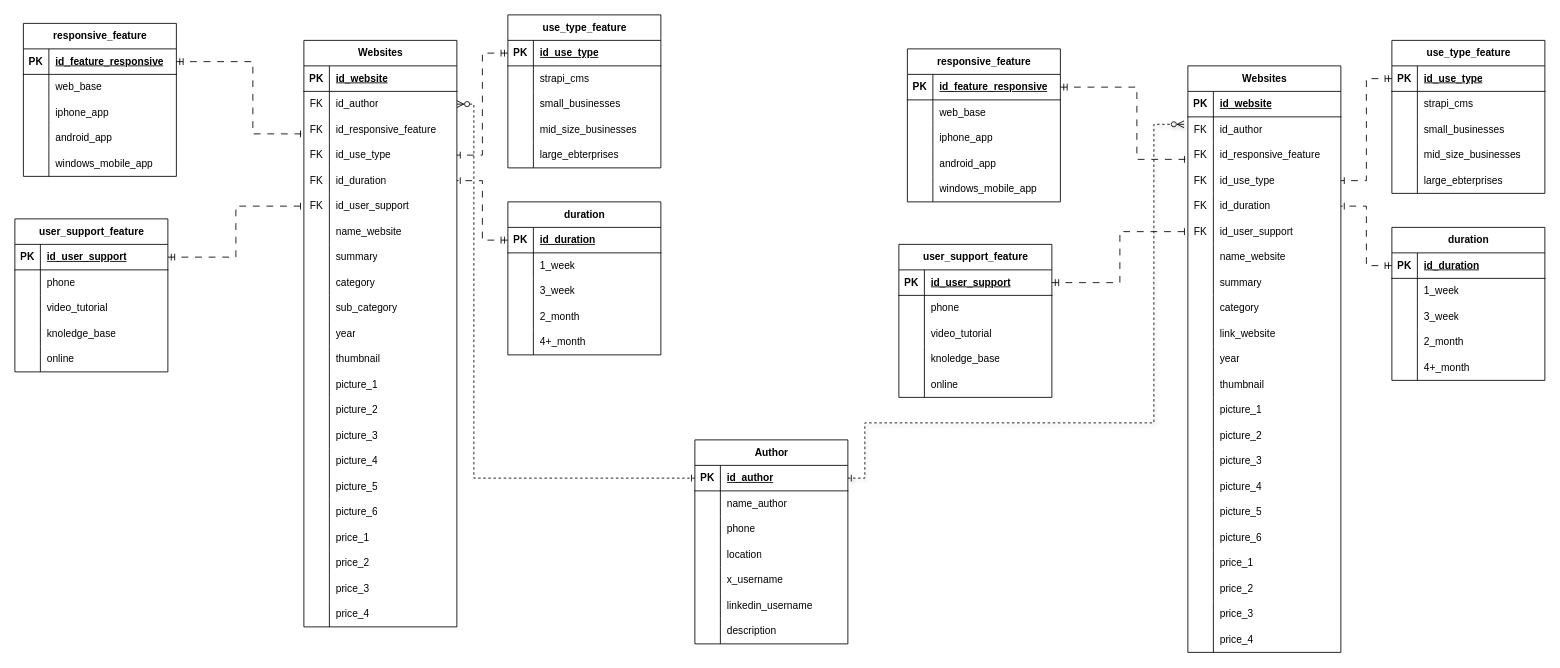
Earlier version of the draw.io diagram dfd.drawio (rrahmatn/dfd_erd_uml). Source tidied: cells renumbered, new cells numbered last; positions are measured from the earlier drawing's top-left corner, leaving out a move shared by most shapes. Both pictures are drawn from the tidied source at 85%, with x=0, y=0 at pixel (14, 14).
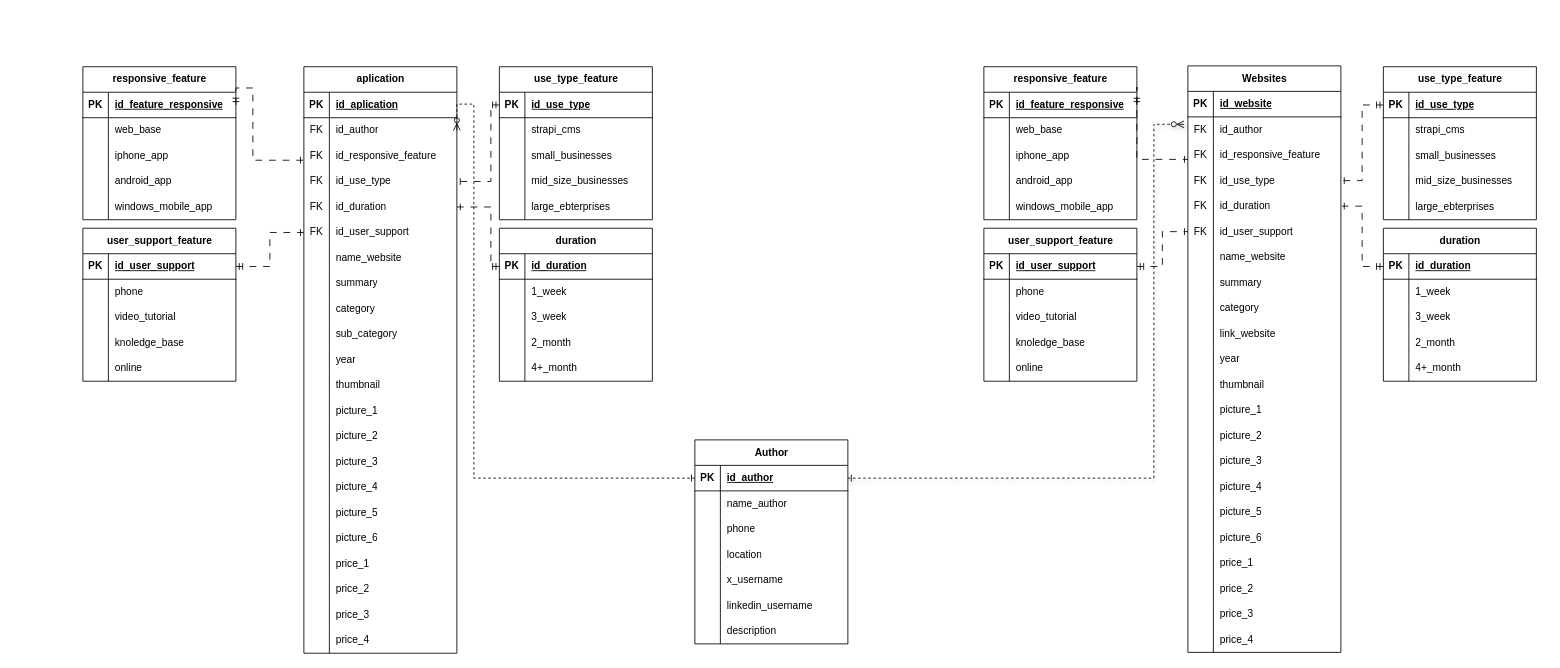
The same page after the edit.

Unchanged cells that the change refers to:
```xml
<mxCell id="3" style="shape=tableRow;horizontal=0;startSize=0;swimlaneHead=0;swimlaneBody=0;fillColor=none;points=[[0,0.5],[1,0.5]];portConstraint=eastwest;top=0;left=0;right=0;bottom=1;" parent="2" vertex="1">
  <mxGeometry y="30" width="180" height="30" as="geometry" />
</mxCell>
<mxCell id="28" style="shape=tableRow;horizontal=0;startSize=0;swimlaneHead=0;swimlaneBody=0;fillColor=none;points=[[0,0.5],[1,0.5]];portConstraint=eastwest;top=0;left=0;right=0;bottom=0;" parent="24" vertex="1">
  <mxGeometry y="60" width="180" height="30" as="geometry" />
</mxCell>
<mxCell id="161" style="shape=tableRow;horizontal=0;startSize=0;swimlaneHead=0;swimlaneBody=0;fillColor=none;top=0;left=0;right=0;bottom=1;" parent="160" vertex="1">
  <mxGeometry y="30" width="180" height="30" as="geometry" />
</mxCell>
<mxCell id="170" style="shape=tableRow;horizontal=0;startSize=0;swimlaneHead=0;swimlaneBody=0;fillColor=none;points=[[0,0.5],[1,0.5]];portConstraint=eastwest;top=0;left=0;right=0;bottom=0;" parent="160" vertex="1">
  <mxGeometry y="120" width="180" height="30" as="geometry" />
</mxCell>
<mxCell id="173" style="shape=tableRow;horizontal=0;startSize=0;swimlaneHead=0;swimlaneBody=0;fillColor=none;points=[[0,0.5],[1,0.5]];portConstraint=eastwest;top=0;left=0;right=0;bottom=0;" parent="160" vertex="1">
  <mxGeometry y="150" width="180" height="30" as="geometry" />
</mxCell>
<mxCell id="228" style="shape=tableRow;horizontal=0;startSize=0;swimlaneHead=0;swimlaneBody=0;fillColor=none;points=[[0,0.5],[1,0.5]];portConstraint=eastwest;top=0;left=0;right=0;bottom=1;" parent="227" vertex="1">
  <mxGeometry y="30" width="180" height="30" as="geometry" />
</mxCell>
<mxCell id="244" style="shape=tableRow;horizontal=0;startSize=0;swimlaneHead=0;swimlaneBody=0;fillColor=none;points=[[0,0.5],[1,0.5]];portConstraint=eastwest;top=0;left=0;right=0;bottom=1;" parent="243" vertex="1">
  <mxGeometry y="30" width="180" height="30" as="geometry" />
</mxCell>
<mxCell id="276" style="shape=tableRow;horizontal=0;startSize=0;swimlaneHead=0;swimlaneBody=0;fillColor=none;points=[[0,0.5],[1,0.5]];portConstraint=eastwest;top=0;left=0;right=0;bottom=1;" parent="275" vertex="1">
  <mxGeometry y="30" width="180" height="30" as="geometry" />
</mxCell>
```

Change to the diagram source:
```diff
@@
     <mxCell id="91" style="edgeStyle=orthogonalEdgeStyle;rounded=0;jettySize=auto;html=1;entryX=-0.025;entryY=0.291;entryDx=0;entryDy=0;entryPerimeter=0;exitX=1;exitY=0.5;exitDx=0;exitDy=0;dashed=1;endArrow=ERzeroToMany;endFill=0;shadow=1;startArrow=ERone;startFill=0;" parent="1" edge="1" source="3" target="28">
       <mxGeometry relative="1" as="geometry">
         <Array as="points">
-          <mxPoint x="1000" y="545" />
-          <mxPoint x="1000" y="480" />
-          <mxPoint x="1340" y="480" />
+          <mxPoint x="1340" y="545" />
           <mxPoint x="1340" y="129" />
         </Array>
       </mxGeometry>
     </mxCell>
     <mxCell id="92" value="responsive_feature" style="shape=table;startSize=30;childLayout=tableLayout;rowLines=0;fontStyle=1;align=center;html=1;" parent="1" vertex="1">
-      <mxGeometry x="1050" y="40" width="180" height="180" as="geometry" />
+      <mxGeometry x="1140" y="61" width="180" height="180" as="geometry" />
     </mxCell>
@@
     <mxCell id="108" value="use_type_feature" style="shape=table;startSize=30;childLayout=tableLayout;rowLines=0;fontStyle=1;align=center;html=1;" parent="1" vertex="1">
-      <mxGeometry x="1620" y="30" width="180" height="180" as="geometry" />
+      <mxGeometry x="1610" y="61" width="180" height="180" as="geometry" />
     </mxCell>
@@
     <mxCell id="124" value="user_support_feature" style="shape=table;startSize=30;childLayout=tableLayout;rowLines=0;fontStyle=1;align=center;html=1;" parent="1" vertex="1">
-      <mxGeometry x="1040" y="270" width="180" height="180" as="geometry" />
+      <mxGeometry x="1140" y="251" width="180" height="180" as="geometry" />
     </mxCell>
@@
     <mxCell id="140" value="duration" style="shape=table;startSize=30;childLayout=tableLayout;rowLines=0;fontStyle=1;align=center;html=1;" parent="1" vertex="1">
-      <mxGeometry x="1620" y="250" width="180" height="180" as="geometry" />
+      <mxGeometry x="1610" y="251" width="180" height="180" as="geometry" />
     </mxCell>
@@
-    <mxCell id="160" value="Websites" style="shape=table;startSize=30;childLayout=tableLayout;rowLines=0;fontStyle=1;align=center;html=1;" parent="1" vertex="1">
-      <mxGeometry x="340" y="30" width="180" height="690" as="geometry" />
+    <mxCell id="160" value="aplication" style="shape=table;startSize=30;childLayout=tableLayout;rowLines=0;fontStyle=1;align=center;html=1;" parent="1" vertex="1">
+      <mxGeometry x="340" y="61" width="180" height="690" as="geometry" />
     </mxCell>
@@
-    <mxCell id="163" value="id_website" style="shape=partialRectangle;fillColor=none;top=0;left=0;bottom=0;right=0;align=left;spacingLeft=6;fontStyle=5;overflow=hidden;whiteSpace=wrap;html=1;" parent="161" vertex="1">
+    <mxCell id="163" value="id_aplication" style="shape=partialRectangle;fillColor=none;top=0;left=0;bottom=0;right=0;align=left;spacingLeft=6;fontStyle=5;overflow=hidden;whiteSpace=wrap;html=1;" parent="161" vertex="1">
       <mxGeometry x="30" width="150" height="30" as="geometry" />
     </mxCell>
@@
     <mxCell id="227" value="responsive_feature" style="shape=table;startSize=30;childLayout=tableLayout;rowLines=0;fontStyle=1;align=center;html=1;" parent="1" vertex="1">
-      <mxGeometry x="10" y="10" width="180" height="180" as="geometry" />
+      <mxGeometry x="80" y="61" width="180" height="180" as="geometry" />
     </mxCell>
@@
     <mxCell id="243" value="use_type_feature" style="shape=table;startSize=30;childLayout=tableLayout;rowLines=0;fontStyle=1;align=center;html=1;" parent="1" vertex="1">
-      <mxGeometry x="580" width="180" height="180" as="geometry" />
+      <mxGeometry x="570" y="61" width="180" height="180" as="geometry" />
     </mxCell>
@@
     <mxCell id="259" value="user_support_feature" style="shape=table;startSize=30;childLayout=tableLayout;rowLines=0;fontStyle=1;align=center;html=1;" parent="1" vertex="1">
-      <mxGeometry y="240" width="180" height="180" as="geometry" />
+      <mxGeometry x="80" y="251" width="180" height="180" as="geometry" />
     </mxCell>
@@
     <mxCell id="275" value="duration" style="shape=table;startSize=30;childLayout=tableLayout;rowLines=0;fontStyle=1;align=center;html=1;" parent="1" vertex="1">
-      <mxGeometry x="580" y="220" width="180" height="180" as="geometry" />
+      <mxGeometry x="570" y="251" width="180" height="180" as="geometry" />
     </mxCell>
@@
     <mxCell id="291" style="edgeStyle=orthogonalEdgeStyle;rounded=0;jettySize=auto;html=1;exitX=1;exitY=0.5;exitDx=0;exitDy=0;endArrow=ERone;endFill=0;startArrow=ERmandOne;startFill=0;dashed=1;dashPattern=8 8;" parent="1" edge="1" source="228">
       <mxGeometry relative="1" as="geometry">
-        <mxPoint x="340" y="140" as="targetPoint" />
+        <mxPoint x="340" y="171" as="targetPoint" />
         <Array as="points">
-          <mxPoint x="280" y="55" />
-          <mxPoint x="280" y="140" />
+          <mxPoint x="280" y="86" />
+          <mxPoint x="280" y="171" />
         </Array>
       </mxGeometry>
     </mxCell>
@@
     <mxCell id="293" style="edgeStyle=orthogonalEdgeStyle;rounded=0;jettySize=auto;html=1;exitX=0;exitY=0.5;exitDx=0;exitDy=0;entryX=1;entryY=0.5;entryDx=0;entryDy=0;endArrow=ERone;endFill=0;startArrow=ERmandOne;startFill=0;dashed=1;dashPattern=8 8;" parent="1" edge="1" source="244" target="170">
-      <mxGeometry relative="1" as="geometry" />
+      <mxGeometry relative="1" as="geometry">
+        <Array as="points">
+          <mxPoint x="560" y="106" />
+          <mxPoint x="560" y="196" />
+        </Array>
+      </mxGeometry>
     </mxCell>
     <mxCell id="294" style="edgeStyle=orthogonalEdgeStyle;rounded=0;jettySize=auto;html=1;exitX=0;exitY=0.5;exitDx=0;exitDy=0;entryX=1;entryY=0.5;entryDx=0;entryDy=0;endArrow=ERone;endFill=0;startArrow=ERmandOne;startFill=0;dashed=1;dashPattern=8 8;" parent="1" edge="1" source="276" target="173">
-      <mxGeometry relative="1" as="geometry" />
+      <mxGeometry relative="1" as="geometry">
+        <Array as="points">
+          <mxPoint x="560" y="296" />
+          <mxPoint x="560" y="226" />
+        </Array>
+      </mxGeometry>
     </mxCell>
```
